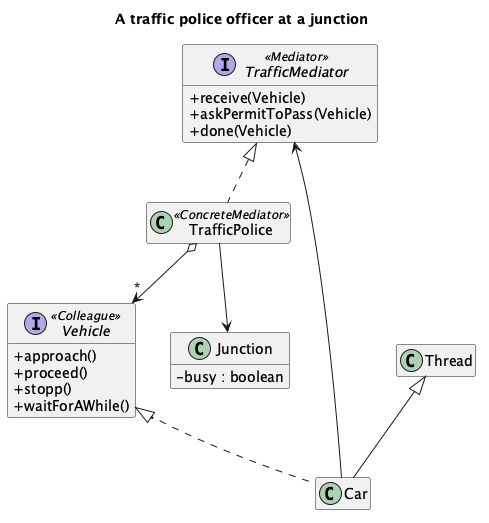
kaldiroglu/DesignPatternsWithJava keeps this PlantUML diagram as src/main/java/dev/kaldiroglu/dp/behavioral/mediator/traffic/uml/Mediator - Traffic - Class Diagram.png. Above is the earlier version.
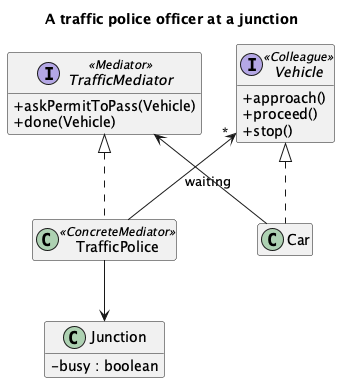
Above is the later version.

Commit message:
Mediator traffic: the officer tells the next car, so no car polls

The edit, as a diff of the source:
```diff
@@ -1,9 +1,9 @@
 @startuml "Mediator - Traffic - Class Diagram"
 skinparam classAttributeIconSize 0
+skinparam linetype polyline
 hide empty members
 title A traffic police officer at a junction
 interface TrafficMediator <<Mediator>> {
-  + receive(Vehicle)
   + askPermitToPass(Vehicle)
   + done(Vehicle)
 }
@@ -11,18 +11,16 @@
 interface Vehicle <<Colleague>> {
   + approach()
   + proceed()
-  + stopp()
-  + waitForAWhile()
+  + stop()
 }
 class Car
-class Thread
 class Junction {
   - busy : boolean
 }
+TrafficMediator -[hidden]right- Vehicle
 TrafficMediator <|.. TrafficPolice
 Vehicle <|.. Car
-Thread <|-- Car
 TrafficPolice --> Junction
-TrafficPolice o--> "*" Vehicle
-Car --> TrafficMediator
+TrafficPolice -[norank]-> "*" Vehicle : waiting
+Car -[norank]-> TrafficMediator
 @enduml
```
